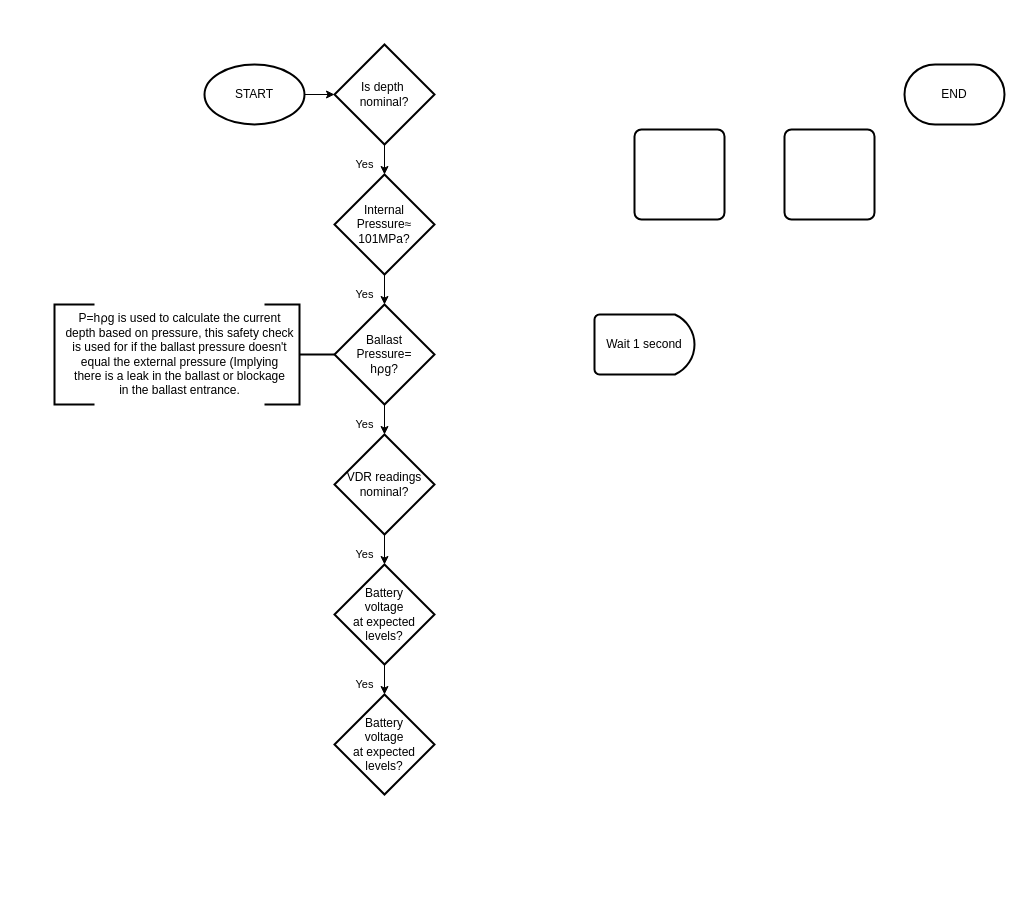
Above: Safety Checks.drawio in Schlubs/UnGlider-EPQ (draw.io), before the change. Source tidied: cells renumbered, new cells numbered last; positions are measured from the earlier drawing's top-left corner, leaving out a move shared by most shapes. Both pictures are drawn from the tidied source at 100%, with x=0, y=0 at pixel (54, 44).
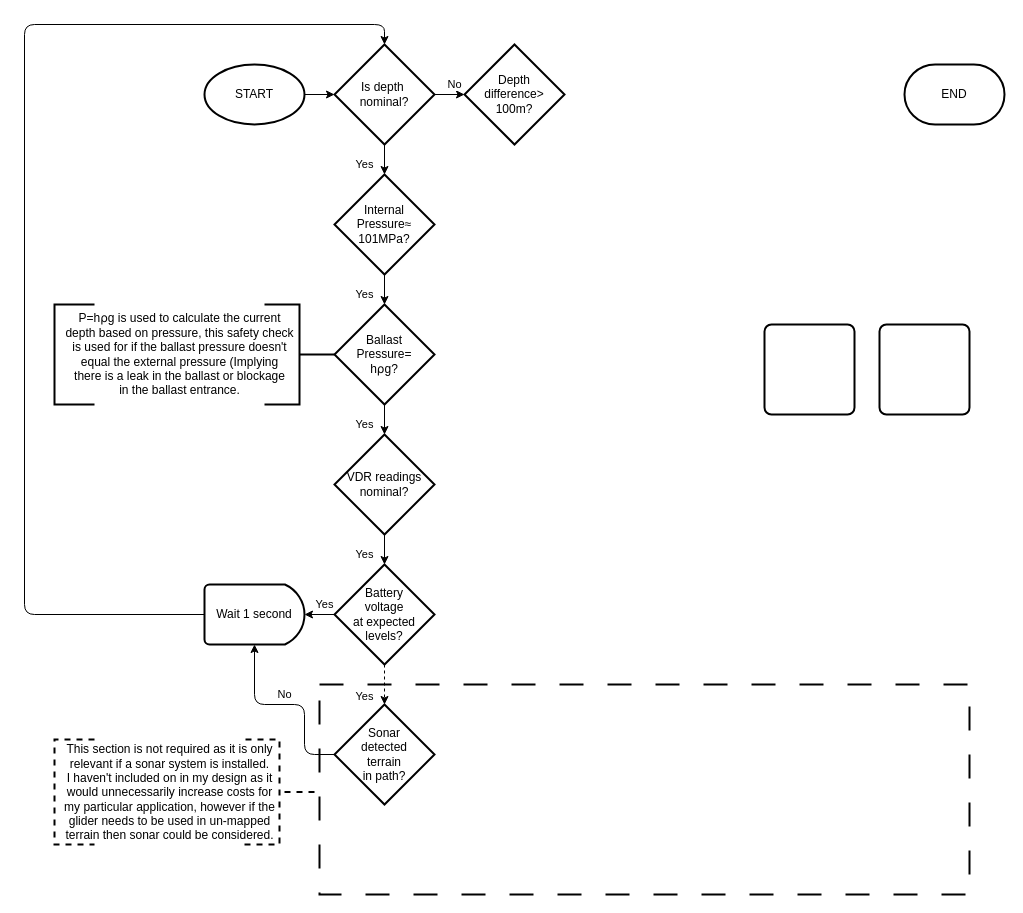
The same page after the edit.

Unchanged cells that the change refers to:
```xml
<mxCell id="6" value="Is depth&amp;nbsp; nominal?" style="strokeWidth=2;html=1;shape=mxgraph.flowchart.decision;whiteSpace=wrap;strokeOpacity=100;fillOpacity=100;labelBackgroundColor=none;" parent="1" vertex="1">
  <mxGeometry x="280" width="100" height="100" as="geometry" />
</mxCell>
<mxCell id="20" value="Battery &lt;br&gt;voltage &lt;br&gt;at expected levels?" style="strokeWidth=2;html=1;shape=mxgraph.flowchart.decision;whiteSpace=wrap;strokeOpacity=100;fillOpacity=100;labelBackgroundColor=none;" parent="1" vertex="1">
  <mxGeometry x="280" y="520" width="100" height="100" as="geometry" />
</mxCell>
```

What changed in the source:
```diff
@@
+    <mxCell id="22" style="whiteSpace=wrap;html=1;fillOpacity=0;dashed=1;dashPattern=12 12;strokeWidth=2;" parent="1" vertex="1">
+      <mxGeometry x="265" y="640" width="650" height="210" as="geometry" />
+    </mxCell>
@@
+    <mxCell id="23" value="No" style="edgeStyle=orthogonalEdgeStyle;rounded=0;jettySize=auto;html=1;" parent="1" edge="1" source="6" target="28">
+      <mxGeometry x="0.6" y="10" relative="1" as="geometry" />
+    </mxCell>
@@
     <mxCell id="7" style="rounded=1;whiteSpace=wrap;html=1;absoluteArcSize=1;arcSize=14;strokeWidth=2;rotation=0;strokeOpacity=100;fillOpacity=100;labelBackgroundColor=none;" parent="1" vertex="1">
-      <mxGeometry x="730" y="85" width="90" height="90" as="geometry" />
+      <mxGeometry x="825" y="280" width="90" height="90" as="geometry" />
     </mxCell>
     <mxCell id="8" style="rounded=1;whiteSpace=wrap;html=1;absoluteArcSize=1;arcSize=14;strokeWidth=2;rotation=0;strokeOpacity=100;fillOpacity=100;labelBackgroundColor=none;" parent="1" vertex="1">
-      <mxGeometry x="580" y="85" width="90" height="90" as="geometry" />
+      <mxGeometry x="710" y="280" width="90" height="90" as="geometry" />
     </mxCell>
     <mxCell id="9" value="Wait 1 second" style="strokeWidth=2;html=1;shape=mxgraph.flowchart.delay;whiteSpace=wrap;" parent="1" vertex="1">
-      <mxGeometry x="540" y="270" width="100" height="60" as="geometry" />
+      <mxGeometry x="150" y="540" width="100" height="60" as="geometry" />
     </mxCell>
@@
-    <mxCell id="19" value="Yes" style="edgeStyle=orthogonalEdgeStyle;rounded=0;jettySize=auto;html=1;" parent="1" edge="1" source="20" target="21">
+    <mxCell id="19" value="Yes" style="edgeStyle=orthogonalEdgeStyle;rounded=0;jettySize=auto;html=1;dashed=1;strokeWidth=1;jumpSize=6;" parent="1" edge="1" source="20" target="21">
       <mxGeometry x="0.6" y="-20" relative="1" as="geometry" />
     </mxCell>
+    <mxCell id="24" value="Yes" style="edgeStyle=orthogonalEdgeStyle;rounded=0;jettySize=auto;html=1;" parent="1" edge="1" source="20" target="9">
+      <mxGeometry x="0.2" y="-10" relative="1" as="geometry" />
+    </mxCell>
@@
-    <mxCell id="21" value="Battery &lt;br&gt;voltage &lt;br&gt;at expected levels?" style="strokeWidth=2;html=1;shape=mxgraph.flowchart.decision;whiteSpace=wrap;strokeOpacity=100;fillOpacity=100;labelBackgroundColor=none;" parent="1" vertex="1">
-      <mxGeometry x="280" y="650" width="100" height="100" as="geometry" />
+    <mxCell id="21" value="Sonar &lt;br&gt;detected&lt;br&gt;terrain &lt;br&gt;in path?" style="strokeWidth=2;html=1;shape=mxgraph.flowchart.decision;whiteSpace=wrap;strokeOpacity=100;fillOpacity=100;labelBackgroundColor=none;" parent="1" vertex="1">
+      <mxGeometry x="280" y="660" width="100" height="100" as="geometry" />
     </mxCell>
+    <mxCell id="25" style="strokeWidth=2;html=1;shape=mxgraph.flowchart.annotation_2;align=left;labelPosition=right;direction=west;dashed=1;" parent="1" vertex="1">
+      <mxGeometry x="190" y="695" width="70" height="105" as="geometry" />
+    </mxCell>
+    <mxCell id="26" value="This section is not required as it is only&lt;br&gt;relevant if a sonar system is installed.&lt;br&gt;I haven't included on in my design as it&lt;br&gt;would unnecessarily increase costs for&lt;br&gt;my particular application, however if the&lt;br&gt;glider needs to be used in un-mapped&lt;br&gt;terrain then sonar could be considered.&lt;br&gt;" style="text;html=1;align=center;verticalAlign=middle;strokeColor=none;fillColor=none;dashed=1;" parent="1" vertex="1">
+      <mxGeometry y="692.5" width="230" height="110" as="geometry" />
+    </mxCell>
+    <mxCell id="27" style="strokeWidth=2;html=1;shape=mxgraph.flowchart.annotation_1;align=left;dashed=1;" parent="1" vertex="1">
+      <mxGeometry y="695" width="40" height="105" as="geometry" />
+    </mxCell>
+    <mxCell id="28" value="Depth &lt;br&gt;difference&amp;gt; 100m?" style="strokeWidth=2;html=1;shape=mxgraph.flowchart.decision;whiteSpace=wrap;strokeOpacity=100;fillOpacity=100;labelBackgroundColor=none;" parent="1" vertex="1">
+      <mxGeometry x="410" width="100" height="100" as="geometry" />
+    </mxCell>
+    <mxCell id="29" value="No" style="edgeStyle=orthogonalEdgeStyle;rounded=1;jettySize=auto;html=1;exitX=0;exitY=0.5;exitDx=0;exitDy=0;exitPerimeter=0;entryX=0.5;entryY=1;entryDx=0;entryDy=0;entryPerimeter=0;curved=0;" parent="1" edge="1" source="21" target="9">
+      <mxGeometry x="0.05" y="-10" relative="1" as="geometry">
+        <Array as="points">
+          <mxPoint x="250" y="710" />
+          <mxPoint x="250" y="660" />
+          <mxPoint x="200" y="660" />
+        </Array>
+      </mxGeometry>
+    </mxCell>
+    <mxCell id="30" style="edgeStyle=orthogonalEdgeStyle;rounded=1;jettySize=auto;html=1;entryX=0.5;entryY=0;entryDx=0;entryDy=0;entryPerimeter=0;curved=0;" parent="1" edge="1" source="9" target="6">
+      <mxGeometry relative="1" as="geometry">
+        <Array as="points">
+          <mxPoint x="-30" y="570" />
+          <mxPoint x="-30" y="-20" />
+          <mxPoint x="330" y="-20" />
+        </Array>
+      </mxGeometry>
+    </mxCell>
```
